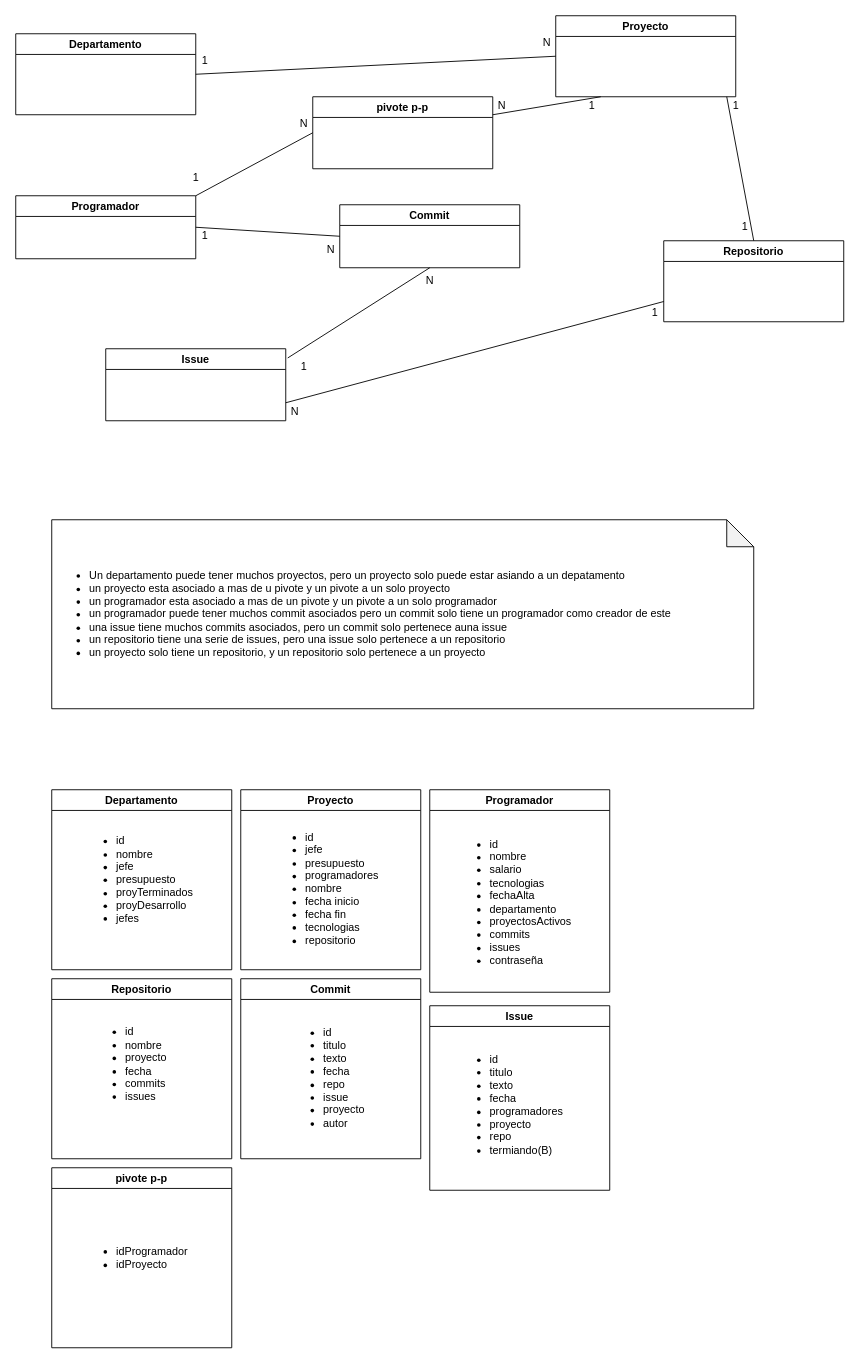
The draw.io diagram diagrams/diagtrana.drawio in saulmella12/JPAMongoEnekoSaul, before the edit. Source tidied: cells renumbered, new cells numbered last; positions are measured from the earlier drawing's top-left corner, leaving out a move shared by most shapes. Both pictures are drawn from the tidied source at 90%, with x=0, y=0 at pixel (15, 15).
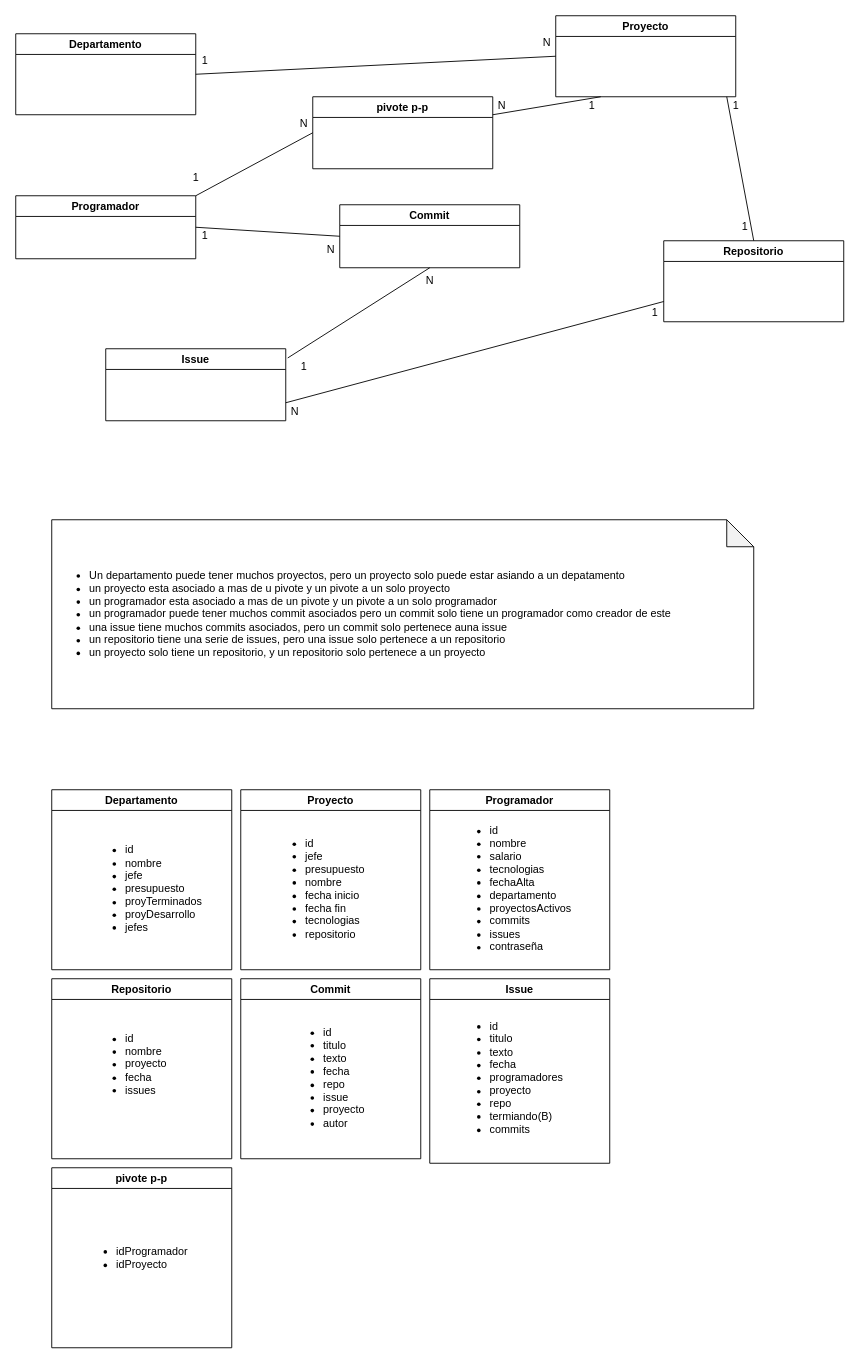
Above is the later version.

Unchanged cells that the change refers to:
```xml
<mxCell id="24" value="Departamento" style="swimlane;" parent="1" vertex="1">
  <mxGeometry x="40" y="860" width="200" height="200" as="geometry" />
</mxCell>
<mxCell id="26" value="Proyecto" style="swimlane;" parent="1" vertex="1">
  <mxGeometry x="250" y="860" width="200" height="200" as="geometry" />
</mxCell>
<mxCell id="30" value="Repositorio" style="swimlane;" parent="1" vertex="1">
  <mxGeometry x="40" y="1070" width="200" height="200" as="geometry" />
</mxCell>
```

The edit, as a diff of the source:
```diff
@@
     <mxCell id="25" value="&lt;ul&gt;&lt;li&gt;id&lt;/li&gt;&lt;li&gt;nombre&lt;/li&gt;&lt;li&gt;jefe&lt;/li&gt;&lt;li&gt;presupuesto&lt;/li&gt;&lt;li&gt;proyTerminados&lt;/li&gt;&lt;li&gt;proyDesarrollo&lt;/li&gt;&lt;li&gt;jefes&lt;/li&gt;&lt;/ul&gt;" style="text;html=1;align=left;verticalAlign=middle;strokeColor=none;fillColor=none;" parent="24" vertex="1">
-      <mxGeometry x="30" y="15" width="140" height="170" as="geometry" />
+      <mxGeometry x="40" y="25" width="140" height="170" as="geometry" />
     </mxCell>
@@
-    <mxCell id="27" value="&lt;ul&gt;&lt;li&gt;id&lt;/li&gt;&lt;li&gt;jefe&lt;/li&gt;&lt;li&gt;presupuesto&lt;/li&gt;&lt;li&gt;programadores&lt;/li&gt;&lt;li&gt;nombre&lt;/li&gt;&lt;li&gt;fecha inicio&lt;/li&gt;&lt;li&gt;fecha fin&lt;/li&gt;&lt;li&gt;tecnologias&lt;/li&gt;&lt;li&gt;repositorio&lt;/li&gt;&lt;/ul&gt;" style="text;html=1;align=left;verticalAlign=middle;strokeColor=none;fillColor=none;" parent="26" vertex="1">
-      <mxGeometry x="30" y="5" width="140" height="210" as="geometry" />
+    <mxCell id="27" value="&lt;ul&gt;&lt;li&gt;id&lt;/li&gt;&lt;li&gt;jefe&lt;/li&gt;&lt;li&gt;presupuesto&lt;/li&gt;&lt;li&gt;&lt;span&gt;nombre&lt;/span&gt;&lt;br&gt;&lt;/li&gt;&lt;li&gt;fecha inicio&lt;/li&gt;&lt;li&gt;fecha fin&lt;/li&gt;&lt;li&gt;tecnologias&lt;/li&gt;&lt;li&gt;repositorio&lt;/li&gt;&lt;/ul&gt;" style="text;html=1;align=left;verticalAlign=middle;strokeColor=none;fillColor=none;" parent="26" vertex="1">
+      <mxGeometry x="30" y="40" width="120" height="140" as="geometry" />
     </mxCell>
     <mxCell id="28" value="Programador" style="swimlane;" parent="1" vertex="1">
-      <mxGeometry x="460" y="860" width="200" height="225" as="geometry" />
+      <mxGeometry x="460" y="860" width="200" height="200" as="geometry" />
     </mxCell>
     <mxCell id="29" value="&lt;ul&gt;&lt;li&gt;id&lt;/li&gt;&lt;li&gt;nombre&lt;/li&gt;&lt;li&gt;salario&lt;/li&gt;&lt;li&gt;tecnologias&lt;/li&gt;&lt;li&gt;fechaAlta&lt;/li&gt;&lt;li&gt;departamento&lt;/li&gt;&lt;li&gt;proyectosActivos&lt;/li&gt;&lt;li&gt;commits&lt;/li&gt;&lt;li&gt;issues&lt;/li&gt;&lt;li&gt;contraseña&lt;/li&gt;&lt;/ul&gt;" style="text;html=1;align=left;verticalAlign=middle;strokeColor=none;fillColor=none;" parent="28" vertex="1">
-      <mxGeometry x="25" y="10" width="150" height="230" as="geometry" />
+      <mxGeometry x="25" y="-5" width="150" height="230" as="geometry" />
     </mxCell>
@@
-    <mxCell id="31" value="&lt;ul&gt;&lt;li&gt;id&lt;/li&gt;&lt;li&gt;nombre&lt;/li&gt;&lt;li&gt;proyecto&lt;/li&gt;&lt;li&gt;fecha&lt;/li&gt;&lt;li&gt;commits&lt;/li&gt;&lt;li&gt;issues&lt;/li&gt;&lt;/ul&gt;" style="text;html=1;align=left;verticalAlign=middle;strokeColor=none;fillColor=none;" parent="30" vertex="1">
-      <mxGeometry x="40" y="20" width="100" height="150" as="geometry" />
+    <mxCell id="31" value="&lt;ul&gt;&lt;li&gt;id&lt;/li&gt;&lt;li&gt;nombre&lt;/li&gt;&lt;li&gt;proyecto&lt;/li&gt;&lt;li&gt;fecha&lt;/li&gt;&lt;li&gt;issues&lt;/li&gt;&lt;/ul&gt;" style="text;html=1;align=left;verticalAlign=middle;strokeColor=none;fillColor=none;" parent="30" vertex="1">
+      <mxGeometry x="40" y="45" width="100" height="100" as="geometry" />
     </mxCell>
@@
     <mxCell id="33" value="Issue" style="swimlane;" parent="1" vertex="1">
-      <mxGeometry x="460" y="1100" width="200" height="205" as="geometry" />
+      <mxGeometry x="460" y="1070" width="200" height="205" as="geometry" />
     </mxCell>
-    <mxCell id="34" value="&lt;ul&gt;&lt;li&gt;id&lt;/li&gt;&lt;li&gt;titulo&lt;/li&gt;&lt;li&gt;texto&lt;/li&gt;&lt;li&gt;fecha&lt;/li&gt;&lt;li&gt;programadores&lt;/li&gt;&lt;li&gt;proyecto&lt;/li&gt;&lt;li&gt;repo&lt;/li&gt;&lt;li&gt;termiando(B)&lt;/li&gt;&lt;/ul&gt;" style="text;html=1;align=left;verticalAlign=middle;strokeColor=none;fillColor=none;" parent="33" vertex="1">
-      <mxGeometry x="25" y="15" width="140" height="190" as="geometry" />
+    <mxCell id="34" value="&lt;ul&gt;&lt;li&gt;id&lt;/li&gt;&lt;li&gt;titulo&lt;/li&gt;&lt;li&gt;texto&lt;/li&gt;&lt;li&gt;fecha&lt;/li&gt;&lt;li&gt;programadores&lt;/li&gt;&lt;li&gt;proyecto&lt;/li&gt;&lt;li&gt;repo&lt;/li&gt;&lt;li&gt;termiando(B)&lt;/li&gt;&lt;li&gt;commits&lt;/li&gt;&lt;/ul&gt;" style="text;html=1;align=left;verticalAlign=middle;strokeColor=none;fillColor=none;" parent="33" vertex="1">
+      <mxGeometry x="25" y="30" width="140" height="160" as="geometry" />
     </mxCell>
```
